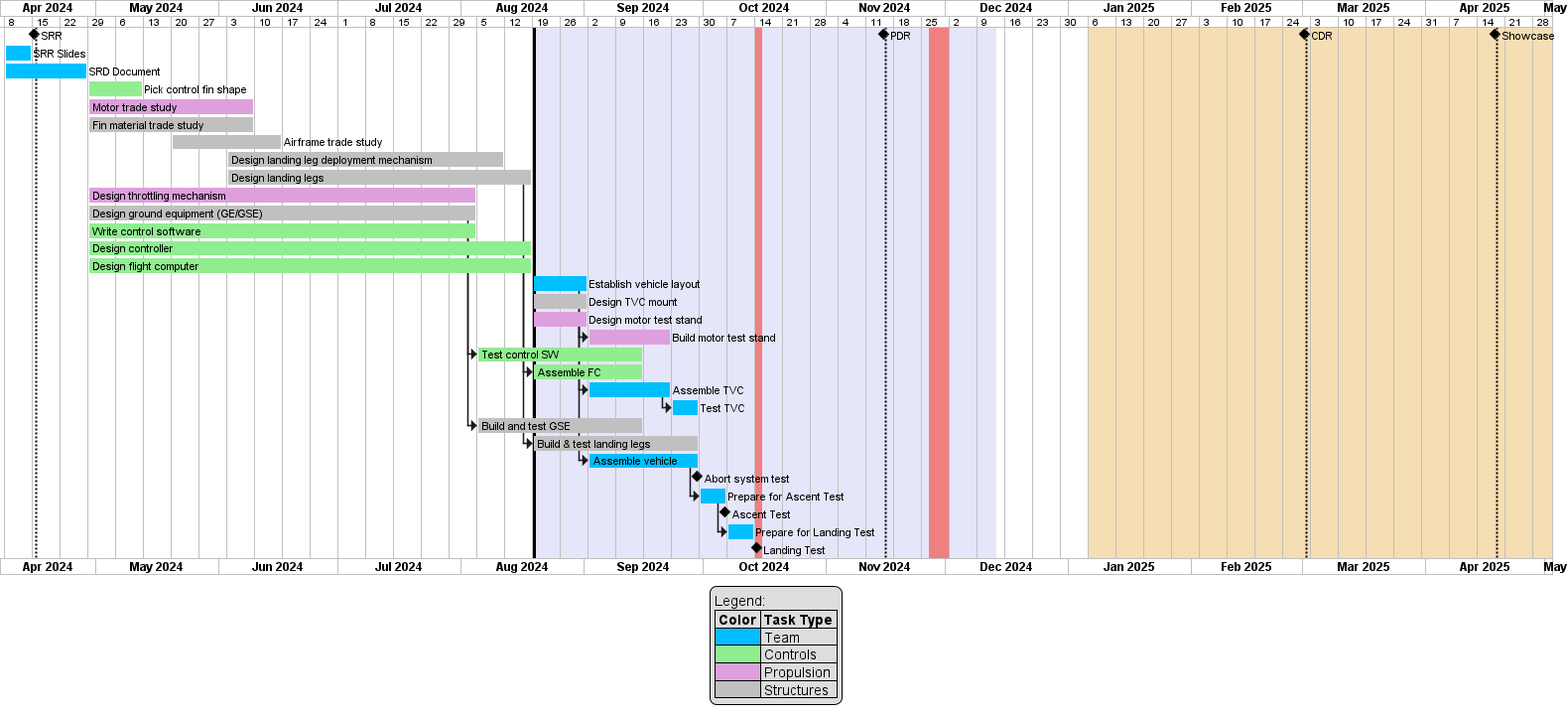
The PlantUML diagram diagrams/out/gantt_chart.png in Laagaard/Rocket_Lander, before a commit.
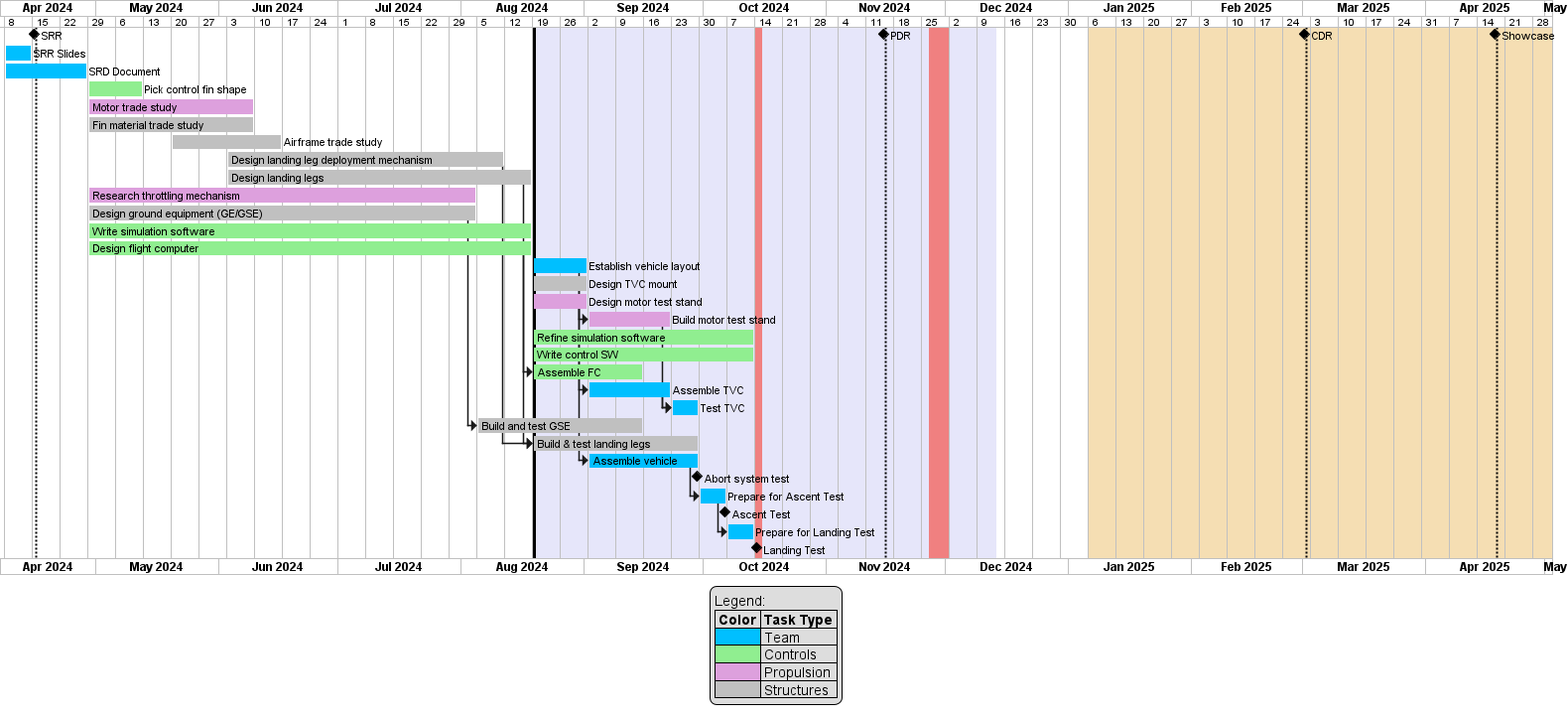
After the change.

Commit message:
Edit Summer 2024 tasks and reorganize simulation things

- Edit summer 2024 tasks to reflect reality
- Reworded and reorganized simulation tasks

What changed in the source:
```diff
@@ -44,18 +44,19 @@
 [Airframe trade study] requires 4 weeks and starts 2024-05-20 and is colored in silver
 [Design landing leg deployment mechanism] requires 10 weeks and starts 2024-06-03 and is colored in silver
 [Design landing legs] requires 11 weeks and starts at 2024-06-03 and is colored in silver
-[Design throttling mechanism] requires 14 weeks and starts 2024-04-29 and is colored in plum
+[Research throttling mechanism] requires 14 weeks and starts 2024-04-29 and is colored in plum
 [Design ground equipment (GE/GSE)] requires 14 weeks and starts 2024-04-29 and is colored in silver
-[Write control software] requires 14 weeks and starts 2024-04-29 and is colored in lightgreen
-[Design controller] requires 16 weeks and starts 2024-04-29 and is colored in lightgreen
+[Write simulation software] requires 16 weeks and starts 2024-04-29 and is colored in lightgreen
 [Design flight computer] requires 16 weeks and starts 2024-04-29 and is colored in lightgreen
+
 
 
 [Establish vehicle layout] requires 2 weeks and starts 2024-08-19 and is colored in deepskyblue
 [Design TVC mount] requires 2 weeks and starts 2024-08-19 and is colored in silver
 [Design motor test stand] requires 2 weeks and starts 2024-08-19 and is colored in plum
 [Build motor test stand] requires 3 weeks and starts at [Design motor test stand]'s end and is colored in plum
-[Test control SW] requires 6 weeks and starts at [Write control software]'s end and is colored in lightgreen
+[Refine simulation software] requires 8 weeks and starts 2024-08-19 and is colored in lightgreen
+[Write control SW] requires 8 weeks and starts 2024-08-19 and is colored in lightgreen
 [Assemble FC] requires 4 weeks and starts at [Design flight computer]'s end and is colored in lightgreen
 [Assemble TVC] requires 3 weeks and starts at [Design TVC mount]'s end and is colored in deepskyblue
 [Test TVC] requires 1 weeks and starts at [Assemble TVC]'s end and is colored in deepskyblue
@@ -68,6 +69,9 @@
 [Prepare for Landing Test] requires 1 weeks and starts at [Prepare for Ascent Test]'s end and is colored in deepskyblue
 [Landing Test] happens at [Fall Break]'s start
 
+[Design landing leg deployment mechanism] -> [Build & test landing legs]
+[Build motor test stand] -> [Test TVC]
+
 
 legend
 Legend:
```
